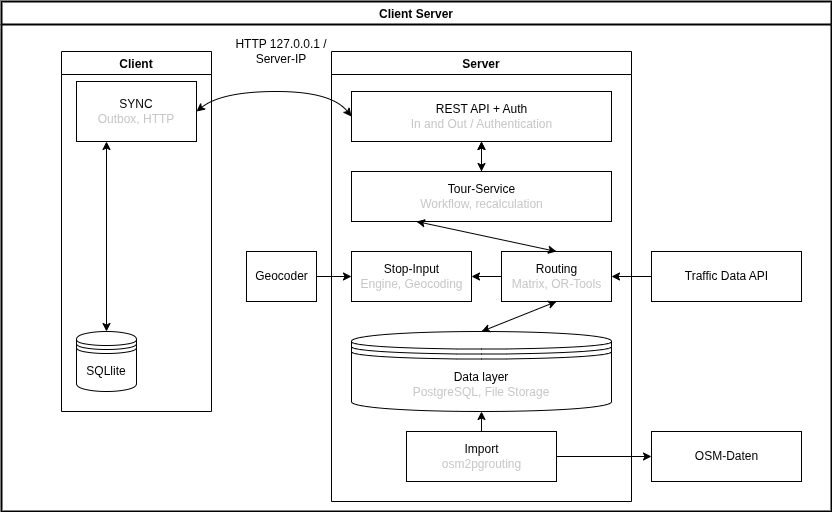
gabrielbindi/VoBi-Tour keeps this draw.io diagram as docs/architecture/data-architecture.drawio.png. Above is the earlier version. Source tidied: cells renumbered, new cells last; positions are measured from the earlier drawing's top-left corner, leaving out a move shared by most shapes.
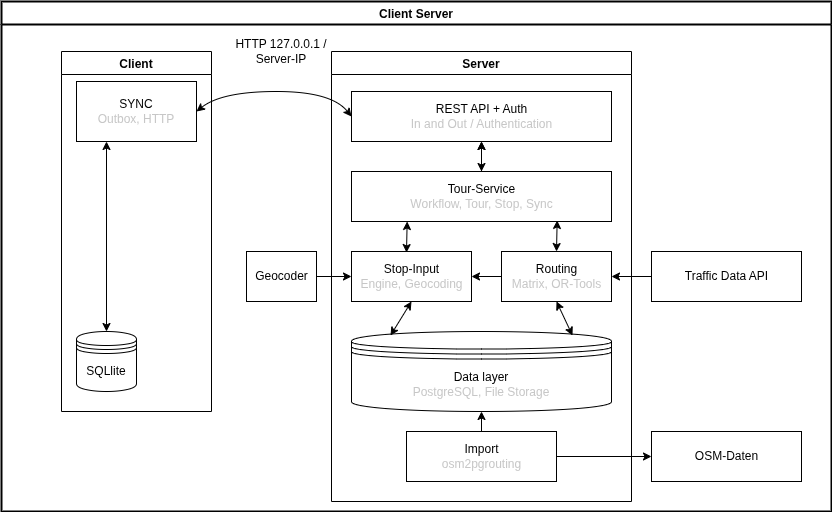
After the change.

The edit, as a diff of the source:
```diff
@@ -20,16 +20,16 @@
     <mxCell id="7" value="Data layer&lt;br&gt;&lt;font color=&quot;#c7c7c7&quot;&gt;PostgreSQL, File Storage&lt;/font&gt;&lt;br&gt;" style="shape=datastore;whiteSpace=wrap;html=1;" parent="3" vertex="1">
       <mxGeometry x="20" y="280" width="260" height="80" as="geometry" />
     </mxCell>
-    <mxCell id="8" style="endArrow=classic;startArrow=classic;html=1;entryX=0.5;entryY=1;entryDx=0;entryDy=0;exitX=0.5;exitY=0;exitDx=0;exitDy=0;strokeColor=#000000;" parent="3" edge="1" source="7" target="6">
+    <mxCell id="8" style="endArrow=classic;startArrow=classic;html=1;entryX=0.5;entryY=1;entryDx=0;entryDy=0;exitX=0.85;exitY=0.05;exitDx=0;exitDy=0;strokeColor=#000000;exitPerimeter=0;" parent="3" edge="1" source="7" target="6">
       <mxGeometry relative="1" as="geometry" />
     </mxCell>
     <mxCell id="9" style="edgeStyle=none;html=1;fontColor=#C7C7C7;" parent="3" edge="1" source="10" target="4">
       <mxGeometry relative="1" as="geometry" />
     </mxCell>
-    <mxCell id="10" value="Tour-Service&lt;br&gt;&lt;font color=&quot;#c7c7c7&quot;&gt;Workflow, recalculation&lt;/font&gt;" style="html=1;" parent="3" vertex="1">
+    <mxCell id="10" value="Tour-Service&lt;br&gt;&lt;font color=&quot;#c7c7c7&quot;&gt;Workflow, Tour, Stop, Sync&lt;/font&gt;" style="html=1;" parent="3" vertex="1">
       <mxGeometry x="20" y="120" width="260" height="50" as="geometry" />
     </mxCell>
-    <mxCell id="11" style="endArrow=classic;startArrow=classic;html=1;strokeColor=#000000;fontColor=#C7C7C7;entryX=0.25;entryY=1;entryDx=0;entryDy=0;exitX=0.5;exitY=0;exitDx=0;exitDy=0;" parent="3" edge="1" source="6" target="10">
+    <mxCell id="11" style="endArrow=classic;startArrow=classic;html=1;strokeColor=#000000;fontColor=#C7C7C7;entryX=0.791;entryY=0.979;entryDx=0;entryDy=0;exitX=0.5;exitY=0;exitDx=0;exitDy=0;entryPerimeter=0;" parent="3" edge="1" source="6" target="10">
       <mxGeometry relative="1" as="geometry" />
     </mxCell>
     <mxCell id="12" style="endArrow=classic;startArrow=classic;html=1;strokeColor=#000000;fontColor=#C7C7C7;entryX=0.5;entryY=1;entryDx=0;entryDy=0;exitX=0.5;exitY=0;exitDx=0;exitDy=0;" parent="3" edge="1" source="10" target="4">
@@ -44,6 +44,15 @@
     <mxCell id="15" value="Stop-Input&lt;br&gt;&lt;font color=&quot;#c7c7c7&quot;&gt;Engine, Geocoding&lt;/font&gt;" style="html=1;" parent="3" vertex="1">
       <mxGeometry x="20" y="200" width="120" height="50" as="geometry" />
     </mxCell>
+    <mxCell id="28" style="endArrow=classic;startArrow=classic;html=1;strokeColor=#000000;fontColor=#C7C7C7;entryX=0.791;entryY=0.979;entryDx=0;entryDy=0;exitX=0.5;exitY=0;exitDx=0;exitDy=0;entryPerimeter=0;" parent="3" edge="1">
+      <mxGeometry relative="1" as="geometry">
+        <mxPoint x="75" y="201.1" as="sourcePoint" />
+        <mxPoint x="75.7" y="170" as="targetPoint" />
+      </mxGeometry>
+    </mxCell>
+    <mxCell id="29" style="endArrow=classic;startArrow=classic;html=1;entryX=0.5;entryY=1;entryDx=0;entryDy=0;exitX=0.15;exitY=0.05;exitDx=0;exitDy=0;strokeColor=#000000;exitPerimeter=0;" parent="3" edge="1" source="7" target="15">
+      <mxGeometry relative="1" as="geometry" />
+    </mxCell>
     <mxCell id="16" value="Client" style="swimlane;strokeColor=#000000;" parent="2" vertex="1">
       <mxGeometry x="60" y="50" width="150" height="360" as="geometry" />
     </mxCell>
```
